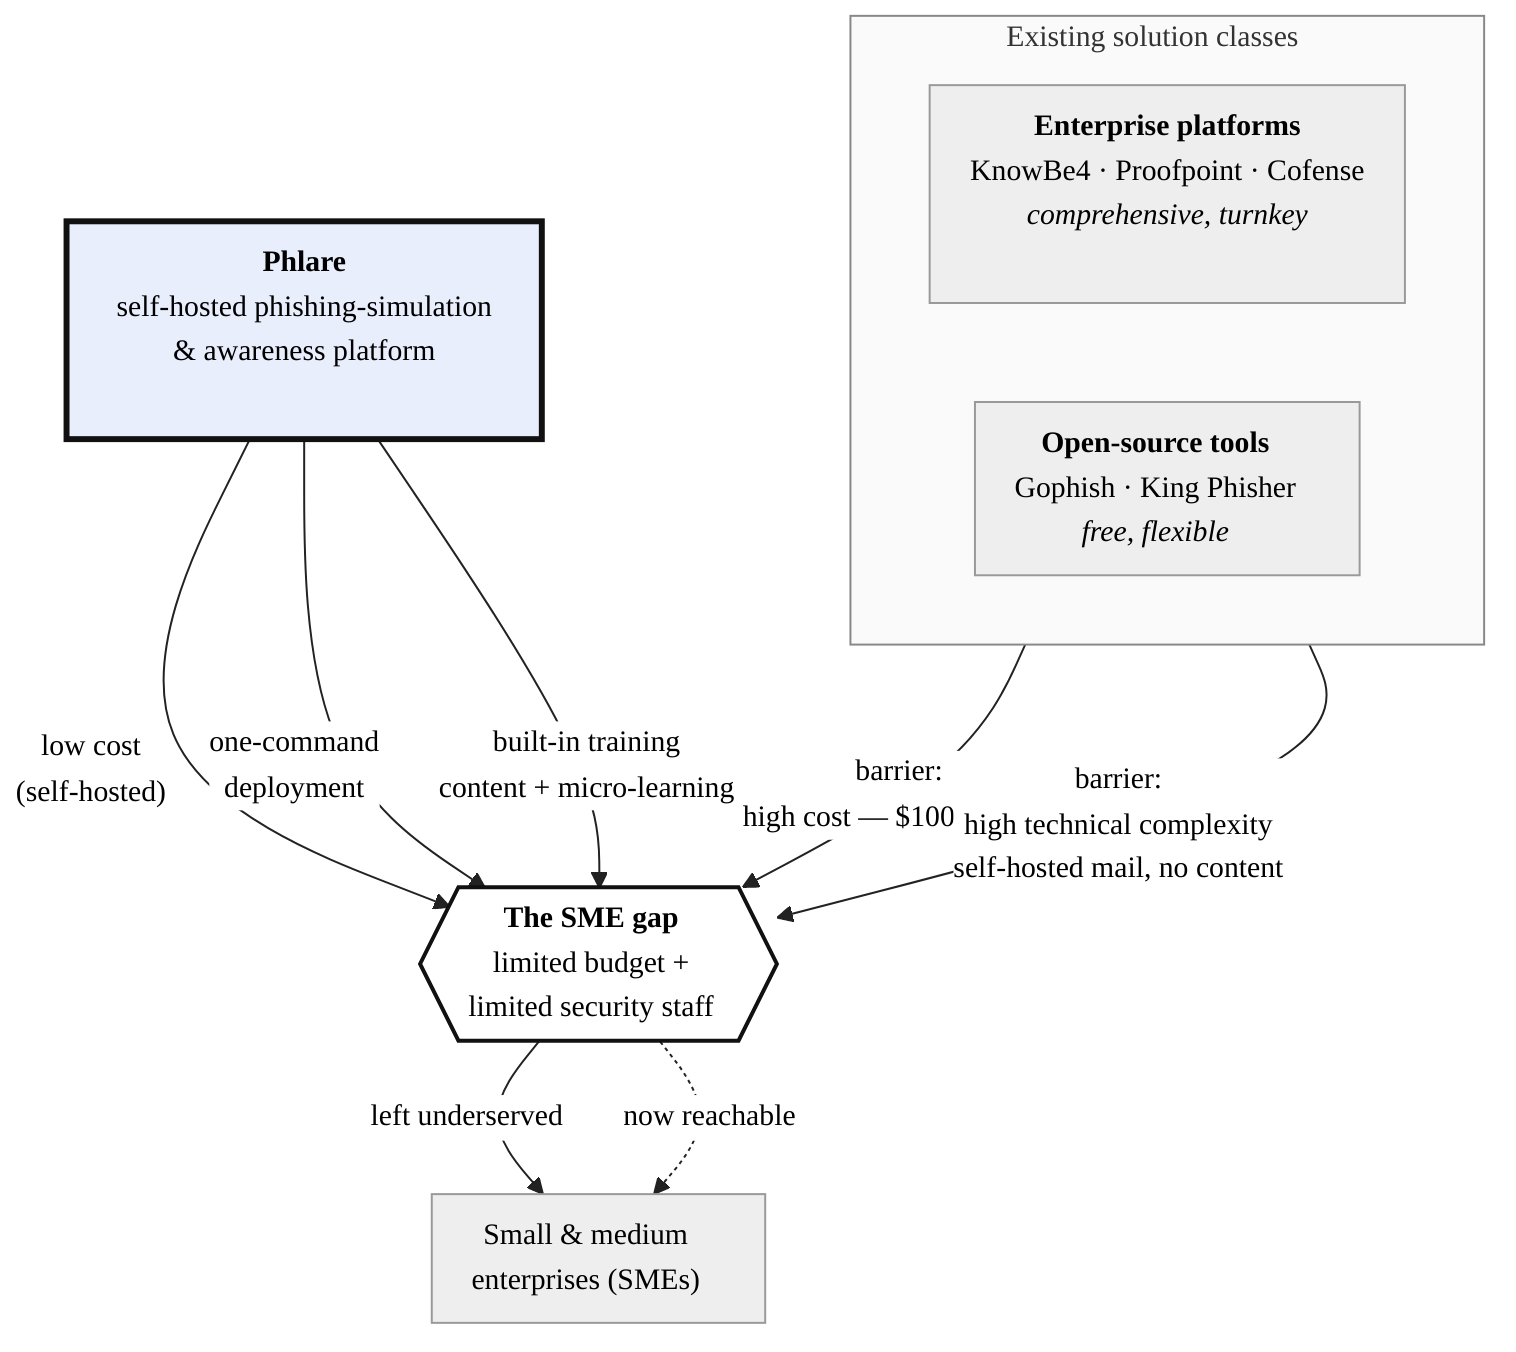
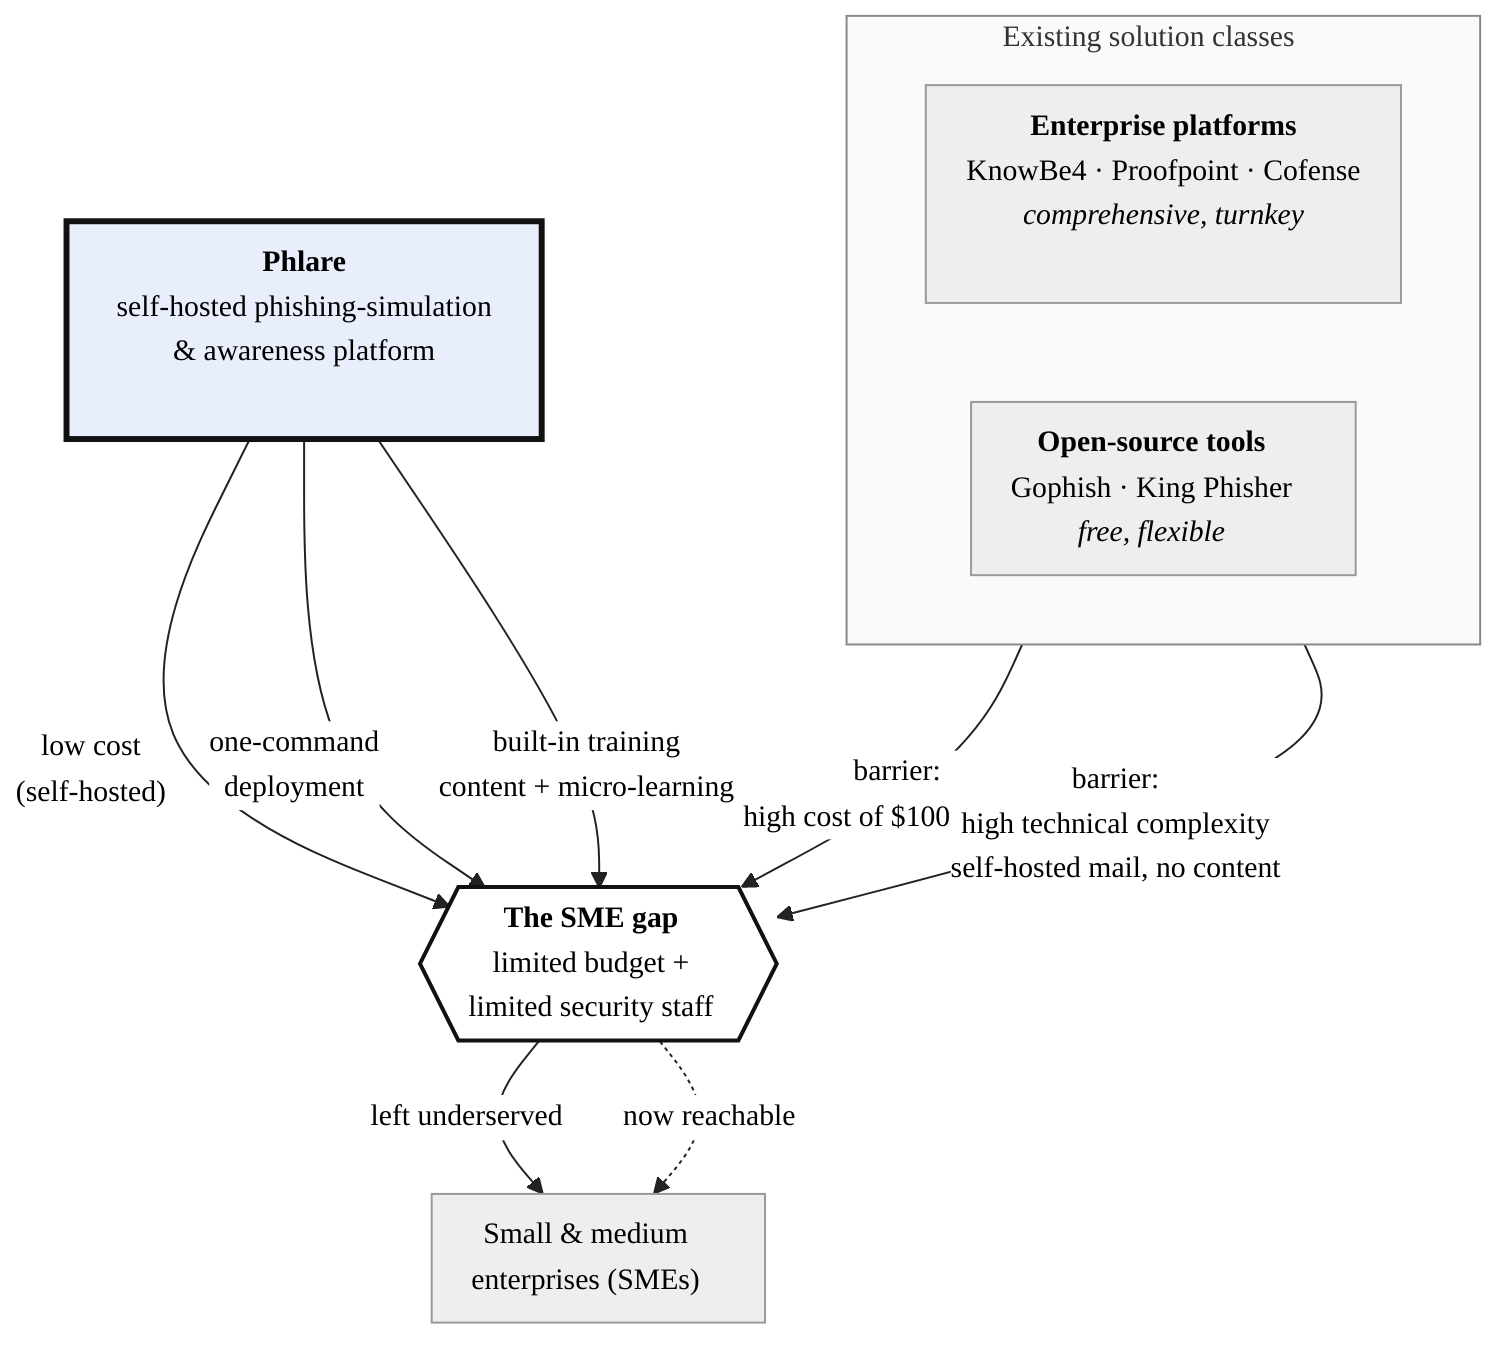
%%{init: {"theme":"neutral","themeVariables":{"fontFamily":"Helvetica, Arial, sans-serif","fontSize":"15px","lineColor":"#222","primaryColor":"#f2f2f2","primaryBorderColor":"#222","primaryTextColor":"#111","clusterBkg":"#fafafa","clusterBorder":"#888"},"flowchart":{"curve":"basis","nodeSpacing":50,"rankSpacing":55,"padding":10}}}%%
flowchart TB
    %% Figure 3 — The Market Gap (Chapter 1, conceptual)
    %% Two existing classes of solution each exclude SMEs for a different reason,
    %% leaving a gap. Phlare is positioned as the solution that fills it.

    subgraph EXISTING["Existing solution classes"]
        direction LR
        ENT["<b>Enterprise platforms</b><br/>KnowBe4 · Proofpoint · Cofense<br/><i>comprehensive, turnkey</i>"]
        OSS["<b>Open-source tools</b><br/>Gophish · King Phisher<br/><i>free, flexible</i>"]
    end

-     ENT -- "barrier:<br/>high cost — $1000s / year" --> GAP
+     ENT -- "barrier:<br/>high cost of $1000s / year" --> GAP
    OSS -- "barrier:<br/>high technical complexity<br/>self-hosted mail, no content" --> GAP

    GAP{{"<b>The SME gap</b><br/>limited budget +<br/>limited security staff"}}

    GAP -- "left underserved" --> SME["Small & medium<br/>enterprises (SMEs)"]

    PHLARE["<b>Phlare</b><br/>self-hosted phishing-simulation<br/>& awareness platform"]

    PHLARE -- "low cost<br/>(self-hosted)" --> GAP
    PHLARE -- "one-command<br/>deployment" --> GAP
    PHLARE -- "built-in training<br/>content + micro-learning" --> GAP

    GAP -. "now reachable" .-> SME

    %% Phlare emphasised with a heavier border so it stands out even in greyscale print
    style PHLARE fill:#e9eefc,stroke:#111,stroke-width:3px;
    style GAP fill:#ffffff,stroke:#111,stroke-width:2px;
